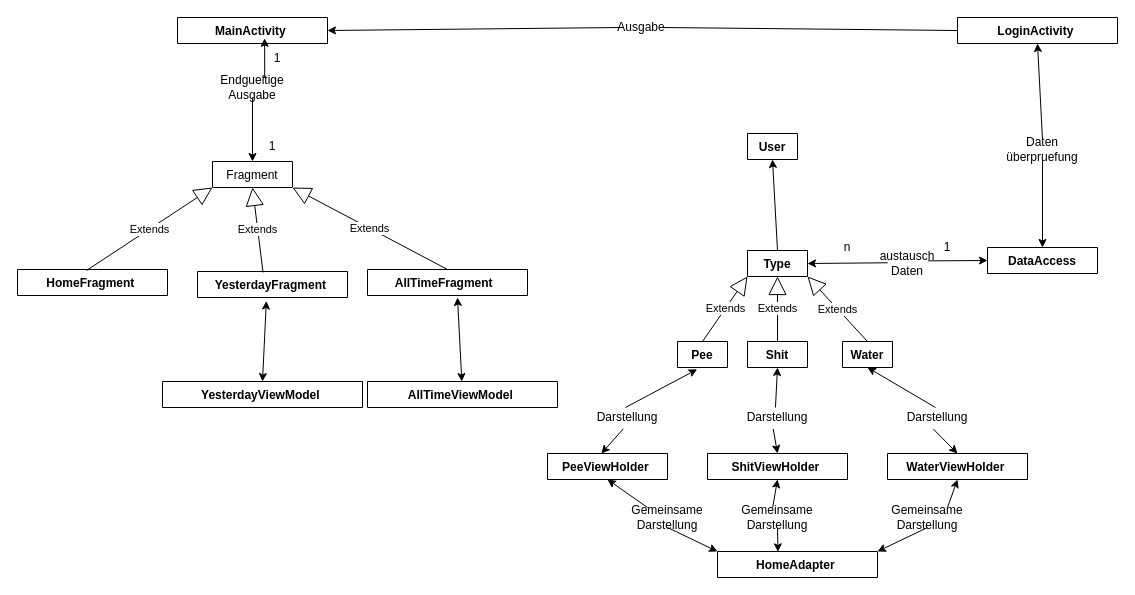
olisonsturm/LifestyleTracker keeps this draw.io diagram as Diagramme/Copy of Klassendiagramm.drawio. Above is the earlier version. Source tidied: cells renumbered, new cells numbered last; positions are measured from the earlier drawing's top-left corner, leaving out a move shared by most shapes. Both pictures are drawn from the tidied source at 100%, with x=0, y=0 at pixel (17, 17).
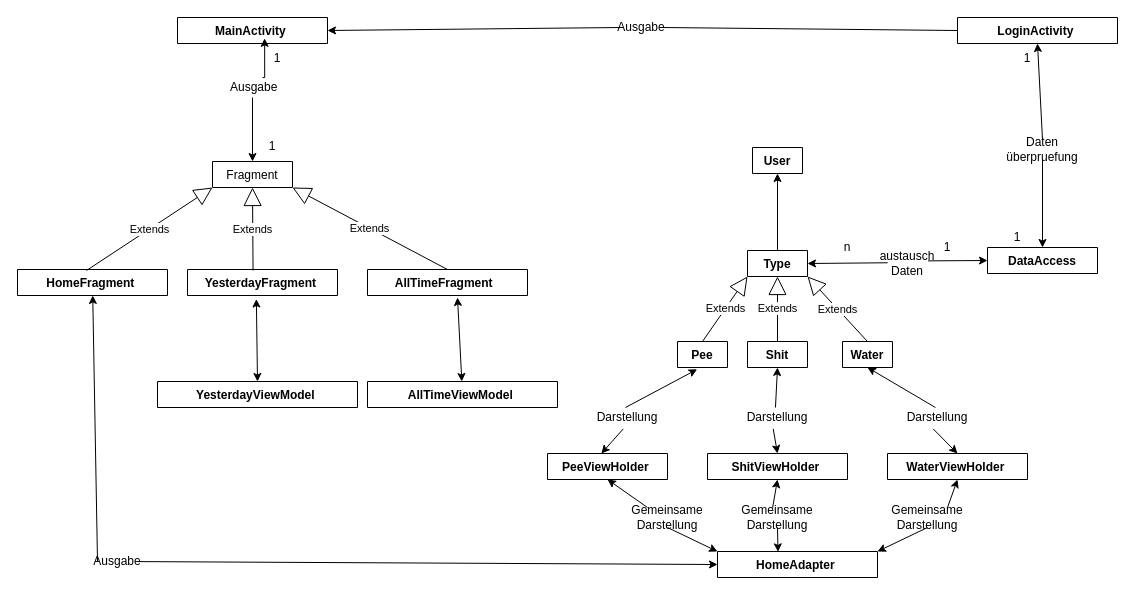
The same diagram, later.

Unchanged cells that the change refers to:
```xml
<mxCell id="7" value="HomeAdapter " style="swimlane;fontStyle=1;align=center;verticalAlign=top;horizontal=1;startSize=26;" parent="1" vertex="1" collapsed="1">
  <mxGeometry x="700" y="534" width="160" height="26" as="geometry" />
</mxCell>
<mxCell id="14" value="HomeFragment " style="swimlane;fontStyle=1;align=center;verticalAlign=top;horizontal=1;startSize=26;" parent="1" vertex="1" collapsed="1">
  <mxGeometry y="252" width="150" height="26" as="geometry" />
</mxCell>
```

Change to the diagram source:
```diff
@@
     <mxCell id="6" value="User" style="swimlane;fontStyle=1;align=center;verticalAlign=top;horizontal=1;startSize=26;" parent="1" vertex="1" collapsed="1">
-      <mxGeometry x="730" y="116" width="50" height="26" as="geometry" />
+      <mxGeometry x="735" y="130" width="50" height="26" as="geometry" />
     </mxCell>
@@
     <mxCell id="15" value="YesterdayFragment " style="swimlane;fontStyle=1;align=center;verticalAlign=top;horizontal=1;startSize=26;" parent="1" vertex="1" collapsed="1">
-      <mxGeometry x="180" y="254" width="150" height="26" as="geometry" />
+      <mxGeometry x="170" y="252" width="150" height="26" as="geometry" />
     </mxCell>
     <mxCell id="16" value="YesterdayViewModel " style="swimlane;fontStyle=1;align=center;verticalAlign=top;horizontal=1;startSize=26;" parent="1" vertex="1" collapsed="1">
-      <mxGeometry x="145" y="364" width="200" height="26" as="geometry" />
+      <mxGeometry x="140" y="364" width="200" height="26" as="geometry" />
     </mxCell>
@@
-    <mxCell id="26" value="Endgueltige Ausgabe" style="text;html=1;strokeColor=none;fillColor=none;align=center;verticalAlign=middle;whiteSpace=wrap;rounded=0;" parent="1" vertex="1">
+    <mxCell id="26" value="&amp;nbsp;Ausgabe" style="text;html=1;strokeColor=none;fillColor=none;align=center;verticalAlign=middle;whiteSpace=wrap;rounded=0;" parent="1" vertex="1">
       <mxGeometry x="215" y="60" width="40" height="20" as="geometry" />
     </mxCell>
@@
+    <mxCell id="63" style="endArrow=classic;startArrow=none;html=1;exitX=0;exitY=0.5;exitDx=0;exitDy=0;" parent="1" edge="1" source="64" target="14">
+      <mxGeometry relative="1" as="geometry" />
+    </mxCell>
+    <mxCell id="64" value="Ausgabe" style="text;html=1;strokeColor=none;fillColor=none;align=center;verticalAlign=middle;whiteSpace=wrap;rounded=0;" parent="1" vertex="1">
+      <mxGeometry x="80" y="534" width="40" height="20" as="geometry" />
+    </mxCell>
+    <mxCell id="65" style="endArrow=none;startArrow=classic;html=1;exitX=0;exitY=0.5;exitDx=0;exitDy=0;" parent="1" edge="1" source="7" target="64">
+      <mxGeometry relative="1" as="geometry" />
+    </mxCell>
+    <mxCell id="66" value="1" style="text;html=1;strokeColor=none;fillColor=none;align=center;verticalAlign=middle;whiteSpace=wrap;rounded=0;" parent="1" vertex="1">
+      <mxGeometry x="980" y="210" width="40" height="20" as="geometry" />
+    </mxCell>
+    <mxCell id="67" value="1" style="text;html=1;strokeColor=none;fillColor=none;align=center;verticalAlign=middle;whiteSpace=wrap;rounded=0;" parent="1" vertex="1">
+      <mxGeometry x="990" y="31" width="40" height="20" as="geometry" />
+    </mxCell>
```
